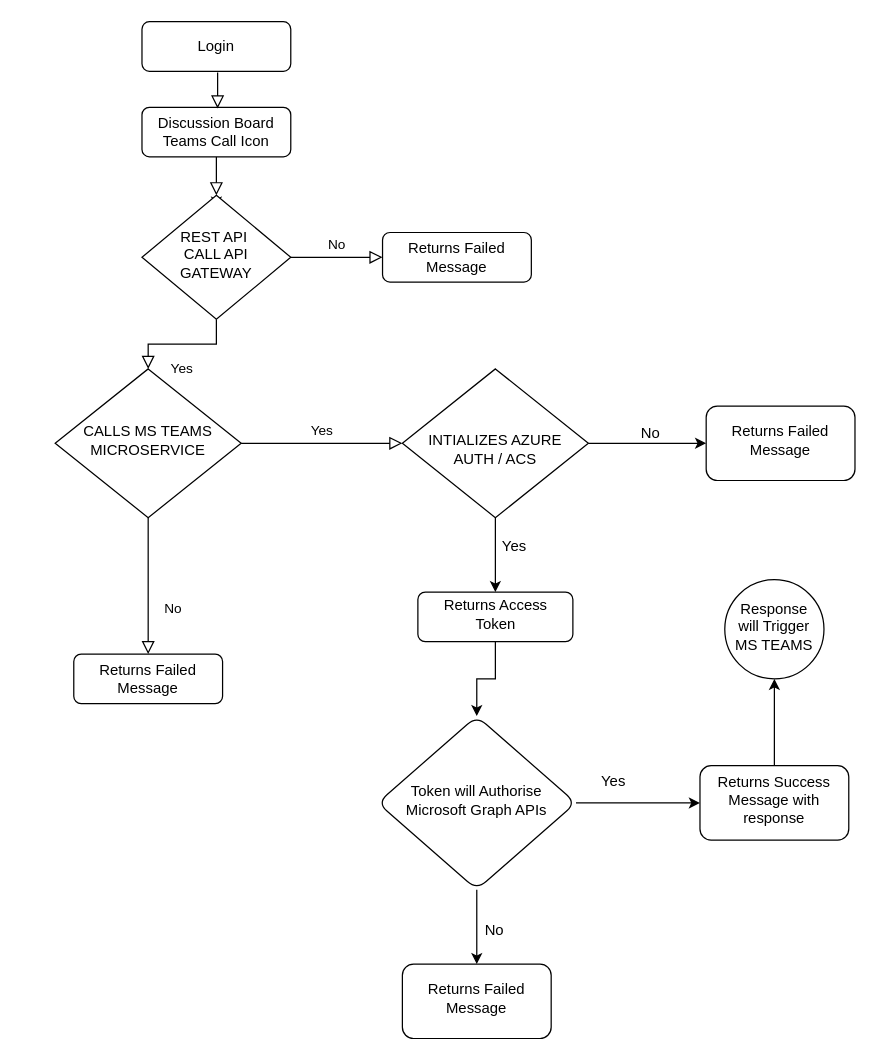
Before: page "Page-1" (1 of 2) of Server side SSO.drawio in alluridurgaprasadreddy/ACS, a draw.io diagram. Source tidied: cells renumbered, new cells numbered last; positions are measured from the earlier drawing's top-left corner, leaving out a move shared by most shapes. Both pictures are drawn from the tidied source at 124%, with x=0, y=0 at pixel (55, 21).
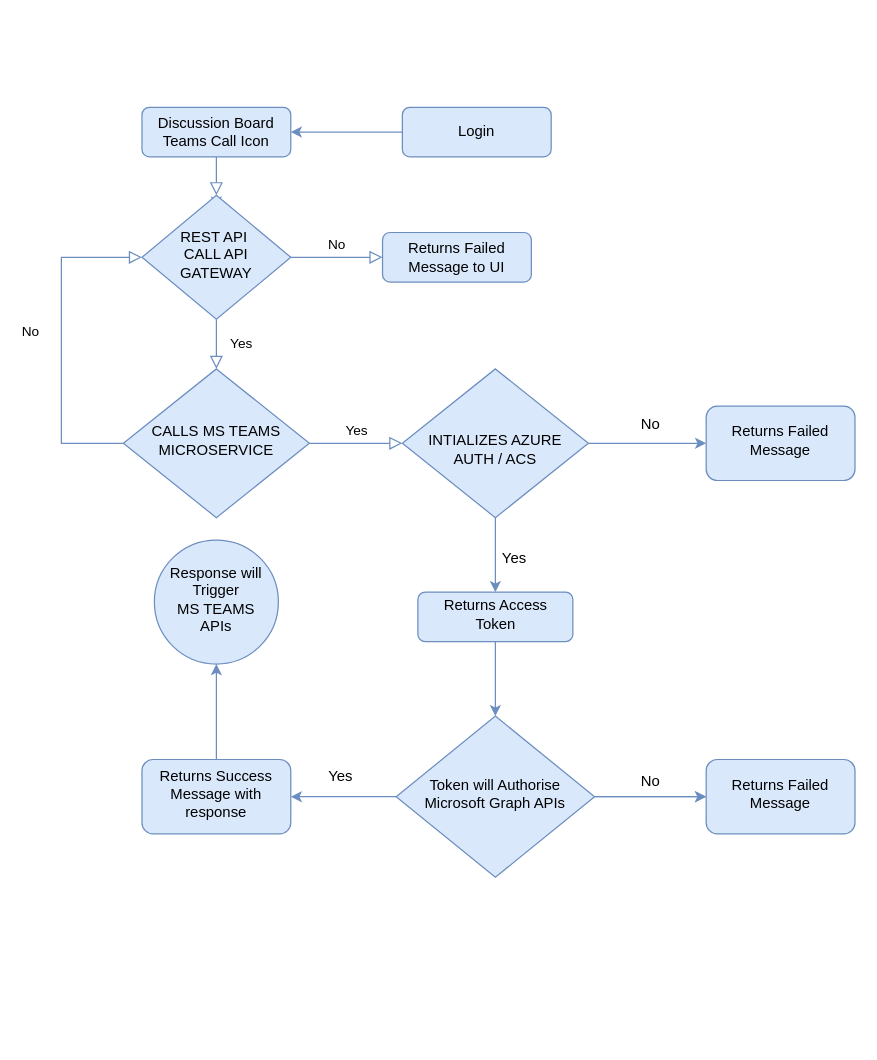
After the change.

Diff of the diagram source:
```diff
@@
-    <mxCell id="2" style="rounded=0;html=1;jettySize=auto;fontSize=11;endArrow=block;endFill=0;endSize=8;strokeWidth=1;shadow=0;labelBackgroundColor=none;edgeStyle=orthogonalEdgeStyle;" parent="1" edge="1" source="3" target="7">
+    <mxCell id="2" style="rounded=0;html=1;jettySize=auto;fontSize=11;endArrow=block;endFill=0;endSize=8;strokeWidth=1;shadow=0;labelBackgroundColor=none;edgeStyle=orthogonalEdgeStyle;fillColor=#dae8fc;strokeColor=#6c8ebf;" parent="1" edge="1" source="3" target="7">
       <mxGeometry relative="1" as="geometry" />
     </mxCell>
-    <mxCell id="3" value="Discussion Board Teams Call Icon" style="rounded=1;whiteSpace=wrap;html=1;fontSize=12;glass=0;strokeWidth=1;shadow=0;" parent="1" vertex="1">
+    <mxCell id="3" value="Discussion Board Teams Call Icon" style="rounded=1;whiteSpace=wrap;html=1;fontSize=12;glass=0;strokeWidth=1;shadow=0;fillColor=#dae8fc;strokeColor=#6c8ebf;" parent="1" vertex="1">
       <mxGeometry x="70" y="69" width="120" height="40" as="geometry" />
     </mxCell>
-    <mxCell id="4" value="Yes" style="rounded=0;html=1;jettySize=auto;fontSize=11;endArrow=block;endFill=0;endSize=8;strokeWidth=1;shadow=0;labelBackgroundColor=none;edgeStyle=orthogonalEdgeStyle;" parent="1" edge="1" source="7" target="11">
+    <mxCell id="4" value="Yes" style="rounded=0;html=1;jettySize=auto;fontSize=11;endArrow=block;endFill=0;endSize=8;strokeWidth=1;shadow=0;labelBackgroundColor=none;edgeStyle=orthogonalEdgeStyle;fillColor=#dae8fc;strokeColor=#6c8ebf;" parent="1" edge="1" source="7" target="11">
       <mxGeometry y="20" relative="1" as="geometry" />
     </mxCell>
-    <mxCell id="5" value="No" style="edgeStyle=orthogonalEdgeStyle;rounded=0;html=1;jettySize=auto;fontSize=11;endArrow=block;endFill=0;endSize=8;strokeWidth=1;shadow=0;labelBackgroundColor=none;" parent="1" edge="1" source="7" target="8">
+    <mxCell id="5" value="No" style="edgeStyle=orthogonalEdgeStyle;rounded=0;html=1;jettySize=auto;fontSize=11;endArrow=block;endFill=0;endSize=8;strokeWidth=1;shadow=0;labelBackgroundColor=none;fillColor=#dae8fc;strokeColor=#6c8ebf;" parent="1" edge="1" source="7" target="8">
       <mxGeometry y="10" relative="1" as="geometry" />
     </mxCell>
-    <mxCell id="6" style="edgeStyle=orthogonalEdgeStyle;rounded=0;jettySize=auto;html=1;exitX=0.5;exitY=0;exitDx=0;exitDy=0;" parent="1" edge="1" source="7">
+    <mxCell id="6" style="edgeStyle=orthogonalEdgeStyle;rounded=0;jettySize=auto;html=1;exitX=0.5;exitY=0;exitDx=0;exitDy=0;fillColor=#dae8fc;strokeColor=#6c8ebf;" parent="1" edge="1" source="7">
       <mxGeometry relative="1" as="geometry">
         <mxPoint x="130" y="150" as="targetPoint" />
       </mxGeometry>
     </mxCell>
-    <mxCell id="7" value="REST API&amp;nbsp;&lt;br&gt;CALL API GATEWAY" style="rhombus;whiteSpace=wrap;html=1;shadow=0;fontFamily=Helvetica;fontSize=12;align=center;strokeWidth=1;spacing=6;spacingTop=-4;" parent="1" vertex="1">
+    <mxCell id="7" value="REST API&amp;nbsp;&lt;br&gt;CALL API GATEWAY" style="rhombus;whiteSpace=wrap;html=1;shadow=0;fontFamily=Helvetica;fontSize=12;align=center;strokeWidth=1;spacing=6;spacingTop=-4;fillColor=#dae8fc;strokeColor=#6c8ebf;" parent="1" vertex="1">
       <mxGeometry x="70" y="140" width="120" height="100" as="geometry" />
     </mxCell>
-    <mxCell id="8" value="Returns Failed Message" style="rounded=1;whiteSpace=wrap;html=1;fontSize=12;glass=0;strokeWidth=1;shadow=0;" parent="1" vertex="1">
+    <mxCell id="8" value="Returns Failed Message to UI" style="rounded=1;whiteSpace=wrap;html=1;fontSize=12;glass=0;strokeWidth=1;shadow=0;fillColor=#dae8fc;strokeColor=#6c8ebf;" parent="1" vertex="1">
       <mxGeometry x="264" y="170" width="120" height="40" as="geometry" />
     </mxCell>
-    <mxCell id="9" value="No" style="rounded=0;html=1;jettySize=auto;fontSize=11;endArrow=block;endFill=0;endSize=8;strokeWidth=1;shadow=0;labelBackgroundColor=none;edgeStyle=orthogonalEdgeStyle;" parent="1" edge="1" source="11" target="12">
-      <mxGeometry x="0.33" y="20" relative="1" as="geometry" />
+    <mxCell id="9" value="No" style="rounded=0;html=1;jettySize=auto;fontSize=11;endArrow=block;endFill=0;endSize=8;strokeWidth=1;shadow=0;labelBackgroundColor=none;edgeStyle=orthogonalEdgeStyle;entryX=0;entryY=0.5;entryDx=0;entryDy=0;exitX=0;exitY=0.5;exitDx=0;exitDy=0;fillColor=#dae8fc;strokeColor=#6c8ebf;" parent="1" edge="1" source="11" target="7">
+      <mxGeometry x="0.06" y="25" relative="1" as="geometry">
+        <Array as="points">
+          <mxPoint x="5" y="340" />
+          <mxPoint x="5" y="190" />
+        </Array>
+      </mxGeometry>
     </mxCell>
-    <mxCell id="10" value="Yes" style="edgeStyle=orthogonalEdgeStyle;rounded=0;html=1;jettySize=auto;fontSize=11;endArrow=block;endFill=0;endSize=8;strokeWidth=1;shadow=0;labelBackgroundColor=none;entryX=0;entryY=0.5;entryDx=0;entryDy=0;" parent="1" edge="1" source="11" target="17">
+    <mxCell id="10" value="Yes" style="edgeStyle=orthogonalEdgeStyle;rounded=0;html=1;jettySize=auto;fontSize=11;endArrow=block;endFill=0;endSize=8;strokeWidth=1;shadow=0;labelBackgroundColor=none;entryX=0;entryY=0.5;entryDx=0;entryDy=0;fillColor=#dae8fc;strokeColor=#6c8ebf;" parent="1" edge="1" source="11" target="17">
       <mxGeometry y="10" relative="1" as="geometry" />
     </mxCell>
-    <mxCell id="11" value="CALLS MS TEAMS MICROSERVICE" style="rhombus;whiteSpace=wrap;html=1;shadow=0;fontFamily=Helvetica;fontSize=12;align=center;strokeWidth=1;spacing=6;spacingTop=-4;" parent="1" vertex="1">
-      <mxGeometry y="280" width="150" height="120" as="geometry" />
+    <mxCell id="11" value="CALLS MS TEAMS MICROSERVICE" style="rhombus;whiteSpace=wrap;html=1;shadow=0;fontFamily=Helvetica;fontSize=12;align=center;strokeWidth=1;spacing=6;spacingTop=-4;fillColor=#dae8fc;strokeColor=#6c8ebf;" parent="1" vertex="1">
+      <mxGeometry x="55" y="280" width="150" height="120" as="geometry" />
     </mxCell>
-    <mxCell id="12" value="Returns Failed Message" style="rounded=1;whiteSpace=wrap;html=1;fontSize=12;glass=0;strokeWidth=1;shadow=0;" parent="1" vertex="1">
-      <mxGeometry x="15" y="510" width="120" height="40" as="geometry" />
-    </mxCell>
+    <mxCell id="32" style="edgeStyle=orthogonalEdgeStyle;rounded=0;jettySize=auto;html=1;fillColor=#dae8fc;strokeColor=#6c8ebf;" parent="1" edge="1" source="13" target="3">
+      <mxGeometry relative="1" as="geometry" />
+    </mxCell>
-    <mxCell id="13" value="Login" style="rounded=1;whiteSpace=wrap;html=1;fontSize=12;glass=0;strokeWidth=1;shadow=0;" parent="1" vertex="1">
-      <mxGeometry x="70" width="120" height="40" as="geometry" />
+    <mxCell id="13" value="Login" style="rounded=1;whiteSpace=wrap;html=1;fontSize=12;glass=0;strokeWidth=1;shadow=0;fillColor=#dae8fc;strokeColor=#6c8ebf;" parent="1" vertex="1">
+      <mxGeometry x="280" y="69" width="120" height="40" as="geometry" />
     </mxCell>
-    <mxCell id="14" style="rounded=0;html=1;jettySize=auto;orthogonalLoop=1;fontSize=11;endArrow=block;endFill=0;endSize=8;strokeWidth=1;shadow=0;labelBackgroundColor=none;edgeStyle=orthogonalEdgeStyle;exitX=0.567;exitY=1.025;exitDx=0;exitDy=0;exitPerimeter=0;" parent="1" edge="1">
-      <mxGeometry relative="1" as="geometry">
-        <mxPoint x="131" y="41" as="sourcePoint" />
-        <mxPoint x="131" y="70" as="targetPoint" />
-        <Array as="points">
-          <mxPoint x="131" y="60" />
-          <mxPoint x="131" y="60" />
-        </Array>
-      </mxGeometry>
-    </mxCell>
-    <mxCell id="15" style="edgeStyle=orthogonalEdgeStyle;rounded=0;jettySize=auto;html=1;" parent="1" edge="1" source="17" target="19">
+    <mxCell id="15" style="edgeStyle=orthogonalEdgeStyle;rounded=0;jettySize=auto;html=1;fillColor=#dae8fc;strokeColor=#6c8ebf;" parent="1" edge="1" source="17" target="19">
       <mxGeometry relative="1" as="geometry" />
     </mxCell>
-    <mxCell id="16" style="edgeStyle=orthogonalEdgeStyle;rounded=0;jettySize=auto;html=1;" parent="1" edge="1" source="17" target="21">
+    <mxCell id="16" style="edgeStyle=orthogonalEdgeStyle;rounded=0;jettySize=auto;html=1;fillColor=#dae8fc;strokeColor=#6c8ebf;" parent="1" edge="1" source="17" target="21">
       <mxGeometry relative="1" as="geometry" />
     </mxCell>
-    <mxCell id="17" value="&lt;br&gt;INTIALIZES AZURE AUTH / ACS" style="rhombus;whiteSpace=wrap;html=1;shadow=0;fontFamily=Helvetica;fontSize=12;align=center;strokeWidth=1;spacing=6;spacingTop=-4;" parent="1" vertex="1">
+    <mxCell id="17" value="&lt;br&gt;INTIALIZES AZURE AUTH / ACS" style="rhombus;whiteSpace=wrap;html=1;shadow=0;fontFamily=Helvetica;fontSize=12;align=center;strokeWidth=1;spacing=6;spacingTop=-4;fillColor=#dae8fc;strokeColor=#6c8ebf;" parent="1" vertex="1">
       <mxGeometry x="280" y="280" width="150" height="120" as="geometry" />
     </mxCell>
-    <mxCell id="18" style="edgeStyle=orthogonalEdgeStyle;rounded=0;jettySize=auto;html=1;entryX=0.5;entryY=0;entryDx=0;entryDy=0;" parent="1" edge="1" source="19" target="25">
+    <mxCell id="18" style="edgeStyle=orthogonalEdgeStyle;rounded=0;jettySize=auto;html=1;fillColor=#dae8fc;strokeColor=#6c8ebf;" parent="1" edge="1" source="19" target="25">
       <mxGeometry relative="1" as="geometry" />
     </mxCell>
-    <mxCell id="19" value="Returns Access&lt;br&gt;Token" style="rounded=1;whiteSpace=wrap;html=1;shadow=0;strokeWidth=1;spacing=6;spacingTop=-4;" parent="1" vertex="1">
+    <mxCell id="19" value="Returns Access&lt;br&gt;Token" style="rounded=1;whiteSpace=wrap;html=1;shadow=0;strokeWidth=1;spacing=6;spacingTop=-4;fillColor=#dae8fc;strokeColor=#6c8ebf;" parent="1" vertex="1">
       <mxGeometry x="292.5" y="460" width="125" height="40" as="geometry" />
     </mxCell>
-    <mxCell id="20" value="Yes" style="text;html=1;align=center;verticalAlign=middle;strokeColor=none;fillColor=none;" parent="1" vertex="1">
-      <mxGeometry x="350" y="408" width="40" height="30" as="geometry" />
-    </mxCell>
-    <mxCell id="21" value="Returns Failed Message" style="rounded=1;whiteSpace=wrap;html=1;shadow=0;strokeWidth=1;spacing=6;spacingTop=-4;" parent="1" vertex="1">
+    <mxCell id="21" value="Returns Failed Message" style="rounded=1;whiteSpace=wrap;html=1;shadow=0;strokeWidth=1;spacing=6;spacingTop=-4;fillColor=#dae8fc;strokeColor=#6c8ebf;" parent="1" vertex="1">
       <mxGeometry x="525" y="310" width="120" height="60" as="geometry" />
     </mxCell>
-    <mxCell id="22" value="No" style="text;html=1;align=center;verticalAlign=middle;strokeColor=none;fillColor=none;" parent="1" vertex="1">
-      <mxGeometry x="460" y="317" width="40" height="30" as="geometry" />
-    </mxCell>
-    <mxCell id="23" style="edgeStyle=orthogonalEdgeStyle;rounded=0;jettySize=auto;html=1;" parent="1" edge="1" source="25" target="27">
-      <mxGeometry relative="1" as="geometry" />
-    </mxCell>
-    <mxCell id="24" style="edgeStyle=orthogonalEdgeStyle;rounded=0;jettySize=auto;html=1;" parent="1" edge="1" source="25" target="29">
-      <mxGeometry relative="1" as="geometry" />
-    </mxCell>
-    <mxCell id="25" value="Token will Authorise Microsoft Graph APIs" style="rhombus;whiteSpace=wrap;html=1;rounded=1;shadow=0;strokeWidth=1;spacing=6;spacingTop=-4;" parent="1" vertex="1">
-      <mxGeometry x="260" y="560" width="160" height="140" as="geometry" />
-    </mxCell>
-    <mxCell id="26" style="edgeStyle=orthogonalEdgeStyle;rounded=0;jettySize=auto;html=1;" parent="1" edge="1" source="27" target="31">
+    <mxCell id="26" style="edgeStyle=orthogonalEdgeStyle;rounded=0;jettySize=auto;html=1;fillColor=#dae8fc;strokeColor=#6c8ebf;" parent="1" edge="1" source="27" target="31">
       <mxGeometry relative="1" as="geometry" />
     </mxCell>
-    <mxCell id="27" value="Returns Success Message with response" style="rounded=1;whiteSpace=wrap;html=1;shadow=0;strokeWidth=1;spacing=6;spacingTop=-4;" parent="1" vertex="1">
-      <mxGeometry x="520" y="600" width="120" height="60" as="geometry" />
+    <mxCell id="27" value="Returns Success Message with response" style="rounded=1;whiteSpace=wrap;html=1;shadow=0;strokeWidth=1;spacing=6;spacingTop=-4;fillColor=#dae8fc;strokeColor=#6c8ebf;" parent="1" vertex="1">
+      <mxGeometry x="70" y="595" width="120" height="60" as="geometry" />
     </mxCell>
-    <mxCell id="28" value="Yes" style="text;html=1;align=center;verticalAlign=middle;strokeColor=none;fillColor=none;" parent="1" vertex="1">
-      <mxGeometry x="430" y="598" width="40" height="30" as="geometry" />
-    </mxCell>
-    <mxCell id="29" value="Returns Failed Message" style="rounded=1;whiteSpace=wrap;html=1;shadow=0;strokeWidth=1;spacing=6;spacingTop=-4;" parent="1" vertex="1">
-      <mxGeometry x="280" y="760" width="120" height="60" as="geometry" />
+    <mxCell id="29" value="Returns Failed Message" style="rounded=1;whiteSpace=wrap;html=1;shadow=0;strokeWidth=1;spacing=6;spacingTop=-4;fillColor=#dae8fc;strokeColor=#6c8ebf;" parent="1" vertex="1">
+      <mxGeometry x="525" y="595" width="120" height="60" as="geometry" />
     </mxCell>
-    <mxCell id="30" value="No" style="text;html=1;align=center;verticalAlign=middle;strokeColor=none;fillColor=none;" parent="1" vertex="1">
-      <mxGeometry x="334" y="718" width="40" height="30" as="geometry" />
-    </mxCell>
-    <mxCell id="31" value="Response will Trigger&lt;br&gt;MS TEAMS" style="ellipse;whiteSpace=wrap;html=1;rounded=1;shadow=0;strokeWidth=1;spacing=6;spacingTop=-4;" parent="1" vertex="1">
-      <mxGeometry x="540" y="450" width="80" height="80" as="geometry" />
+    <mxCell id="31" value="Response will Trigger&lt;br&gt;MS TEAMS APIs" style="ellipse;whiteSpace=wrap;html=1;rounded=1;shadow=0;strokeWidth=1;spacing=6;spacingTop=-4;fillColor=#dae8fc;strokeColor=#6c8ebf;" parent="1" vertex="1">
+      <mxGeometry x="80" y="418" width="100" height="100" as="geometry" />
     </mxCell>
+    <mxCell id="33" style="edgeStyle=orthogonalEdgeStyle;rounded=0;jettySize=auto;html=1;fillColor=#dae8fc;strokeColor=#6c8ebf;" parent="1" edge="1" source="25" target="29">
+      <mxGeometry relative="1" as="geometry" />
+    </mxCell>
+    <mxCell id="23" style="edgeStyle=orthogonalEdgeStyle;rounded=0;jettySize=auto;html=1;fillColor=#dae8fc;strokeColor=#6c8ebf;" parent="1" edge="1" source="25" target="27">
+      <mxGeometry relative="1" as="geometry" />
+    </mxCell>
+    <mxCell id="34" style="edgeStyle=orthogonalEdgeStyle;rounded=0;jettySize=auto;html=1;fillColor=#dae8fc;strokeColor=#6c8ebf;" parent="1" edge="1" source="25" target="29">
+      <mxGeometry relative="1" as="geometry" />
+    </mxCell>
+    <mxCell id="25" value="Token will Authorise Microsoft Graph APIs" style="rhombus;whiteSpace=wrap;html=1;shadow=0;fontFamily=Helvetica;fontSize=12;align=center;strokeWidth=1;spacing=6;spacingTop=-4;fillColor=#dae8fc;strokeColor=#6c8ebf;" parent="1" vertex="1">
+      <mxGeometry x="275" y="560" width="160" height="130" as="geometry" />
+    </mxCell>
+    <mxCell id="35" value="No" style="text;html=1;align=center;verticalAlign=middle;strokeColor=none;fillColor=none;" parent="1" vertex="1">
+      <mxGeometry x="460" y="310" width="40" height="30" as="geometry" />
+    </mxCell>
+    <mxCell id="36" value="Yes" style="text;html=1;align=center;verticalAlign=middle;strokeColor=none;fillColor=none;" parent="1" vertex="1">
+      <mxGeometry x="350" y="418" width="40" height="30" as="geometry" />
+    </mxCell>
+    <mxCell id="37" value="No" style="text;html=1;align=center;verticalAlign=middle;strokeColor=none;fillColor=none;" parent="1" vertex="1">
+      <mxGeometry x="460" y="598" width="40" height="30" as="geometry" />
+    </mxCell>
+    <mxCell id="38" value="Yes" style="text;html=1;align=center;verticalAlign=middle;strokeColor=none;fillColor=none;" parent="1" vertex="1">
+      <mxGeometry x="210" y="594" width="40" height="30" as="geometry" />
+    </mxCell>
```
